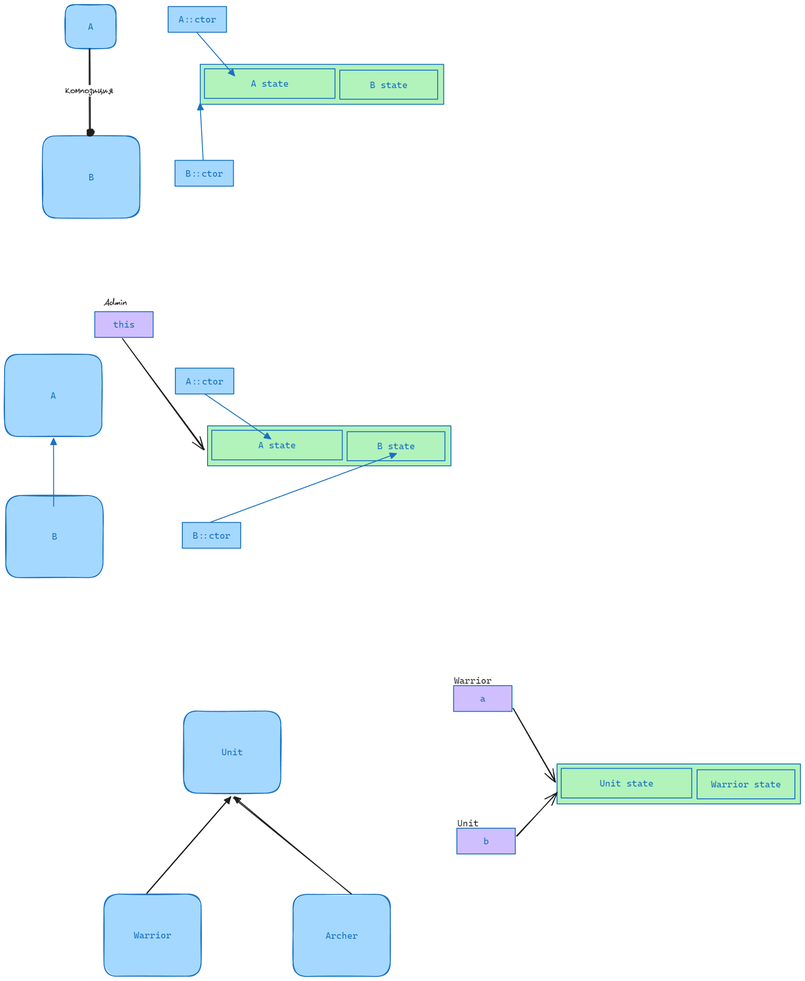
Earlier version of the Excalidraw export img/04_oop.excalidraw.png (silvercodes/p34_dotnet_cs). Source tidied: one line per element, renumbered; positions are measured from the earlier drawing's top-left corner, leaving out a move shared by most shapes.
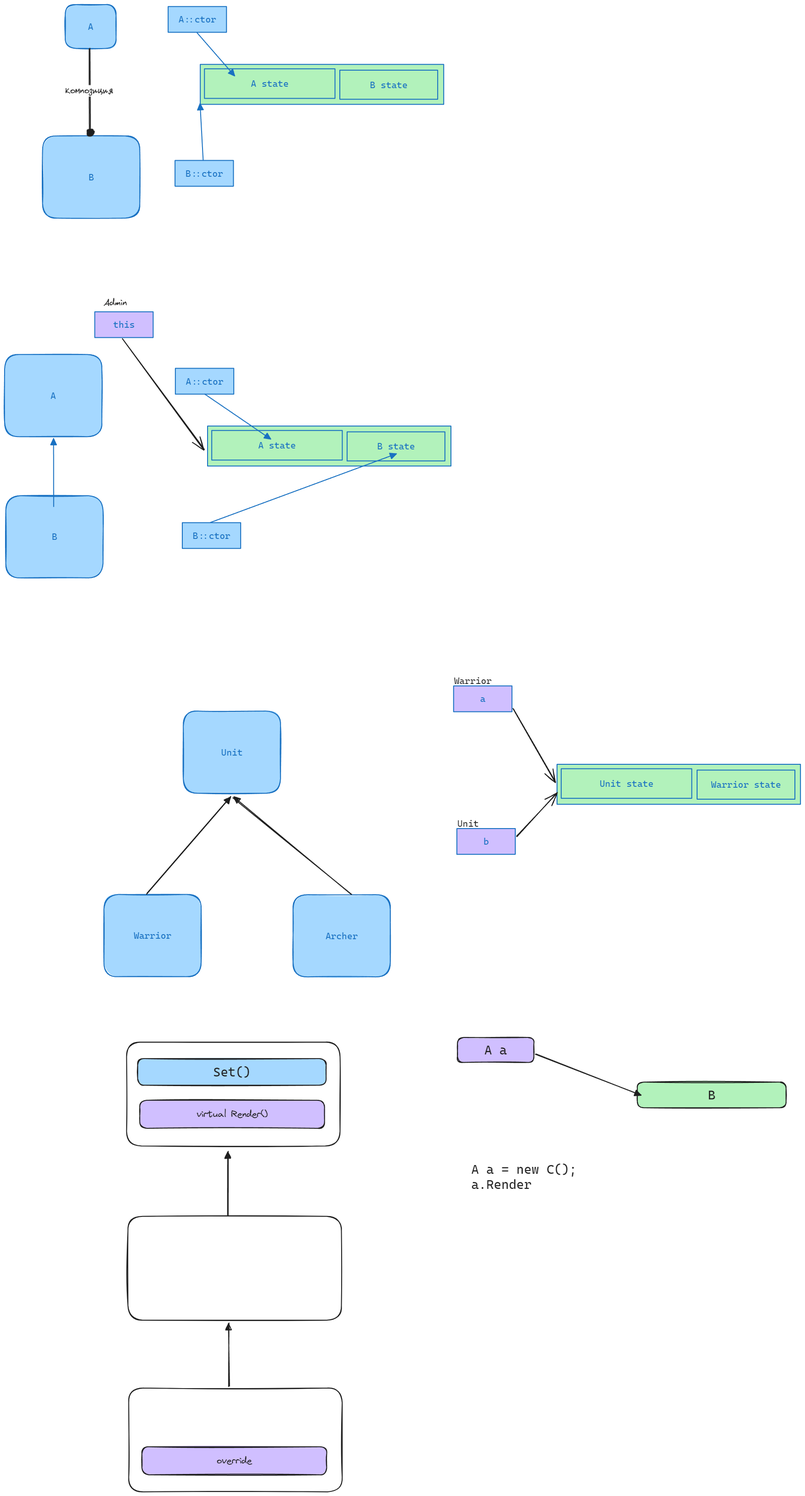
After the change.

Commit message:
virtual, hiding

Change to the diagram source:
```diff
@@ -35,14 +35,14 @@
 {"id": 34, "type": "text", "text": "this", "strokeColor": "#1971c2", "backgroundColor": "#a5d8ff", "fillStyle": "solid", "strokeWidth": 2, "roughness": 0, "fontSize": 20, "fontFamily": 3, "textAlign": "center", "verticalAlign": "middle", "inside": 33, "x": 237, "y": 685, "width": 47, "height": 24}
 {"id": 35, "type": "text", "text": "Admin", "strokeColor": "#1e1e1e", "backgroundColor": "#d0bfff", "fillStyle": "solid", "strokeWidth": 2, "roughness": 1, "fontSize": 20, "fontFamily": 1, "x": 215, "y": 637, "width": 51, "height": 25}
 {"id": 36, "type": "arrow", "strokeColor": "#1e1e1e", "backgroundColor": "#d0bfff", "fillStyle": "solid", "strokeWidth": 2, "roughness": 1, "endArrowhead": "arrow", "round": true, "from": 33, "to": 6, "x": 256, "y": 729, "width": 179, "height": 240, "points": [[0, 0], [179, 240]]}
-{"id": 37, "type": "rectangle", "strokeColor": "#1971c2", "backgroundColor": "#a5d8ff", "fillStyle": "solid", "strokeWidth": 2, "roughness": 1, "round": true, "x": 390, "y": 1540, "width": 212, "height": 179}
+{"id": 37, "type": "rectangle", "strokeColor": "#1971c2", "backgroundColor": "#a5d8ff", "fillStyle": "solid", "strokeWidth": 2, "roughness": 1, "round": true, "x": 389, "y": 1539, "width": 212, "height": 179}
 {"id": 38, "type": "text", "text": "Unit", "strokeColor": "#1971c2", "backgroundColor": "#a5d8ff", "fillStyle": "solid", "strokeWidth": 2, "roughness": 1, "fontSize": 20, "fontFamily": 3, "textAlign": "center", "verticalAlign": "middle", "inside": 37, "x": 472, "y": 1617, "width": 47, "height": 24}
 {"id": 39, "type": "rectangle", "strokeColor": "#1971c2", "backgroundColor": "#a5d8ff", "fillStyle": "solid", "strokeWidth": 2, "roughness": 1, "round": true, "x": 216, "y": 1938, "width": 212, "height": 179}
 {"id": 40, "type": "text", "text": "Warrior", "strokeColor": "#1971c2", "backgroundColor": "#a5d8ff", "fillStyle": "solid", "strokeWidth": 2, "roughness": 1, "fontSize": 20, "fontFamily": 3, "textAlign": "center", "verticalAlign": "middle", "inside": 39, "x": 281, "y": 2016, "width": 82, "height": 24}
 {"id": 41, "type": "rectangle", "strokeColor": "#1971c2", "backgroundColor": "#a5d8ff", "fillStyle": "solid", "strokeWidth": 2, "roughness": 1, "round": true, "x": 628, "y": 1939, "width": 212, "height": 179}
 {"id": 42, "type": "text", "text": "Archer", "strokeColor": "#1971c2", "backgroundColor": "#a5d8ff", "fillStyle": "solid", "strokeWidth": 2, "roughness": 1, "fontSize": 20, "fontFamily": 3, "textAlign": "center", "verticalAlign": "middle", "inside": 41, "x": 699, "y": 2017, "width": 70, "height": 24}
-{"id": 43, "type": "arrow", "strokeColor": "#1e1e1e", "backgroundColor": "#d0bfff", "fillStyle": "solid", "strokeWidth": 2, "roughness": 1, "endArrowhead": "triangle", "round": true, "from": 39, "to": 37, "x": 309, "y": 1937, "width": 183, "height": 211, "points": [[0, 0], [183, -211]]}
+{"id": 43, "type": "arrow", "strokeColor": "#1e1e1e", "backgroundColor": "#d0bfff", "fillStyle": "solid", "strokeWidth": 2, "roughness": 1, "endArrowhead": "triangle", "round": true, "from": 39, "to": 37, "x": 309, "y": 1937, "width": 183, "height": 212, "points": [[0, 0], [183, -212]]}
-{"id": 44, "type": "arrow", "strokeColor": "#1e1e1e", "backgroundColor": "#d0bfff", "fillStyle": "solid", "strokeWidth": 2, "roughness": 1, "endArrowhead": "triangle", "round": true, "from": 41, "to": 37, "x": 756, "y": 1937, "width": 257, "height": 209, "points": [[0, 0], [-257, -209]]}
+{"id": 44, "type": "arrow", "strokeColor": "#1e1e1e", "backgroundColor": "#d0bfff", "fillStyle": "solid", "strokeWidth": 2, "roughness": 1, "endArrowhead": "triangle", "round": true, "from": 41, "to": 37, "x": 756, "y": 1937, "width": 258, "height": 210, "points": [[0, 0], [-258, -210]]}
 {"id": 45, "type": "rectangle", "strokeColor": "#1971c2", "backgroundColor": "#b2f2bb", "fillStyle": "solid", "strokeWidth": 2, "roughness": 0, "x": 1203, "y": 1655, "width": 530, "height": 87}
 {"id": 46, "type": "rectangle", "strokeColor": "#1971c2", "backgroundColor": "#b2f2bb", "fillStyle": "solid", "strokeWidth": 2, "roughness": 0, "x": 1212, "y": 1665, "width": 284, "height": 64}
 {"id": 47, "type": "text", "text": "Unit state", "strokeColor": "#1971c2", "backgroundColor": "#b2f2bb", "fillStyle": "solid", "strokeWidth": 2, "roughness": 0, "fontSize": 20, "fontFamily": 3, "textAlign": "center", "verticalAlign": "middle", "inside": 46, "x": 1296, "y": 1685, "width": 117, "height": 24}
@@ -56,3 +56,20 @@
 {"id": 55, "type": "text", "text": "b", "strokeColor": "#1971c2", "backgroundColor": "#a5d8ff", "fillStyle": "solid", "strokeWidth": 2, "roughness": 0, "fontSize": 20, "fontFamily": 3, "textAlign": "center", "verticalAlign": "middle", "inside": 54, "x": 1043, "y": 1811, "width": 12, "height": 24}
 {"id": 56, "type": "text", "text": "Unit", "strokeColor": "#1e1e1e", "backgroundColor": "#d0bfff", "fillStyle": "solid", "strokeWidth": 2, "roughness": 1, "fontSize": 20, "fontFamily": 3, "x": 986, "y": 1772, "width": 47, "height": 24}
 {"id": 57, "type": "arrow", "strokeColor": "#1e1e1e", "backgroundColor": "#d0bfff", "fillStyle": "solid", "strokeWidth": 2, "roughness": 1, "endArrowhead": "arrow", "round": true, "from": 54, "to": 46, "x": 1115, "y": 1812, "width": 88, "height": 96, "points": [[0, 0], [88, -96]]}
+{"id": 58, "type": "rectangle", "strokeColor": "#1e1e1e", "strokeWidth": 2, "roughness": 1, "round": true, "x": 266, "y": 2260, "width": 465, "height": 226}
+{"id": 59, "type": "rectangle", "strokeColor": "#1e1e1e", "backgroundColor": "#a5d8ff", "fillStyle": "solid", "strokeWidth": 2, "roughness": 1, "round": true, "x": 290, "y": 2296, "width": 410, "height": 58}
+{"id": 60, "type": "text", "text": "Set()", "strokeColor": "#1e1e1e", "backgroundColor": "#d0bfff", "fillStyle": "solid", "strokeWidth": 2, "roughness": 1, "fontSize": 28, "fontFamily": 3, "textAlign": "center", "verticalAlign": "middle", "inside": 59, "x": 454, "y": 2308, "width": 82, "height": 34}
+{"id": 61, "type": "rectangle", "strokeColor": "#1e1e1e", "backgroundColor": "#d0bfff", "fillStyle": "solid", "strokeWidth": 2, "roughness": 1, "round": true, "x": 294, "y": 2387, "width": 402, "height": 61}
+{"id": 62, "type": "text", "text": "virtual Render()", "strokeColor": "#1e1e1e", "backgroundColor": "#d0bfff", "fillStyle": "solid", "strokeWidth": 2, "roughness": 1, "fontSize": 20, "fontFamily": 1, "textAlign": "center", "verticalAlign": "middle", "inside": 61, "x": 418, "y": 2405, "width": 155, "height": 25}
+{"id": 63, "type": "rectangle", "strokeColor": "#1e1e1e", "strokeWidth": 2, "roughness": 1, "round": true, "x": 269, "y": 2640, "width": 465, "height": 226}
+{"id": 64, "type": "arrow", "strokeColor": "#1e1e1e", "backgroundColor": "#d0bfff", "fillStyle": "solid", "strokeWidth": 2, "roughness": 1, "endArrowhead": "triangle", "round": true, "from": 63, "to": 58, "x": 486, "y": 2637, "width": 1, "height": 139, "points": [[0, 0], [1, -139]]}
+{"id": 65, "type": "rectangle", "strokeColor": "#1e1e1e", "strokeWidth": 2, "roughness": 1, "round": true, "x": 270, "y": 3014, "width": 465, "height": 226}
+{"id": 66, "type": "rectangle", "strokeColor": "#1e1e1e", "backgroundColor": "#d0bfff", "fillStyle": "solid", "strokeWidth": 2, "roughness": 1, "round": true, "x": 299, "y": 3142, "width": 402, "height": 61}
+{"id": 67, "type": "text", "text": "override", "strokeColor": "#1e1e1e", "backgroundColor": "#d0bfff", "fillStyle": "solid", "strokeWidth": 2, "roughness": 1, "fontSize": 20, "fontFamily": 1, "textAlign": "center", "verticalAlign": "middle", "inside": 66, "x": 462, "y": 3160, "width": 76, "height": 25}
+{"id": 68, "type": "arrow", "strokeColor": "#1e1e1e", "backgroundColor": "#d0bfff", "fillStyle": "solid", "strokeWidth": 2, "roughness": 1, "endArrowhead": "triangle", "round": true, "from": 65, "to": 63, "x": 488, "y": 3011, "width": 1, "height": 139, "points": [[0, 0], [1, -139]]}
+{"id": 69, "type": "text", "text": "A a = new C();\na.Render", "strokeColor": "#1e1e1e", "backgroundColor": "#d0bfff", "fillStyle": "solid", "strokeWidth": 2, "roughness": 1, "fontSize": 28, "fontFamily": 3, "x": 1016, "y": 2520, "width": 230, "height": 67}
+{"id": 70, "type": "rectangle", "strokeColor": "#1e1e1e", "backgroundColor": "#b2f2bb", "fillStyle": "solid", "strokeWidth": 2, "roughness": 1, "round": true, "x": 1378, "y": 2347, "width": 324, "height": 56}
+{"id": 71, "type": "text", "text": "B", "strokeColor": "#1e1e1e", "backgroundColor": "#b2f2bb", "fillStyle": "solid", "strokeWidth": 2, "roughness": 1, "fontSize": 28, "fontFamily": 3, "textAlign": "center", "verticalAlign": "middle", "inside": 70, "x": 1532, "y": 2358, "width": 16, "height": 34}
+{"id": 72, "type": "rectangle", "strokeColor": "#1e1e1e", "backgroundColor": "#d0bfff", "fillStyle": "solid", "strokeWidth": 2, "roughness": 1, "round": true, "x": 986, "y": 2250, "width": 166, "height": 54}
+{"id": 73, "type": "text", "text": "A a", "strokeColor": "#1e1e1e", "backgroundColor": "#d0bfff", "fillStyle": "solid", "strokeWidth": 2, "roughness": 1, "fontSize": 28, "fontFamily": 3, "textAlign": "center", "verticalAlign": "middle", "inside": 72, "x": 1045, "y": 2260, "width": 49, "height": 34}
+{"id": 74, "type": "arrow", "strokeColor": "#1e1e1e", "backgroundColor": "#d0bfff", "fillStyle": "solid", "strokeWidth": 2, "roughness": 1, "endArrowhead": "triangle", "round": true, "from": 72, "x": 1156, "y": 2286, "width": 229, "height": 90, "points": [[0, 0], [229, 90]]}
```
